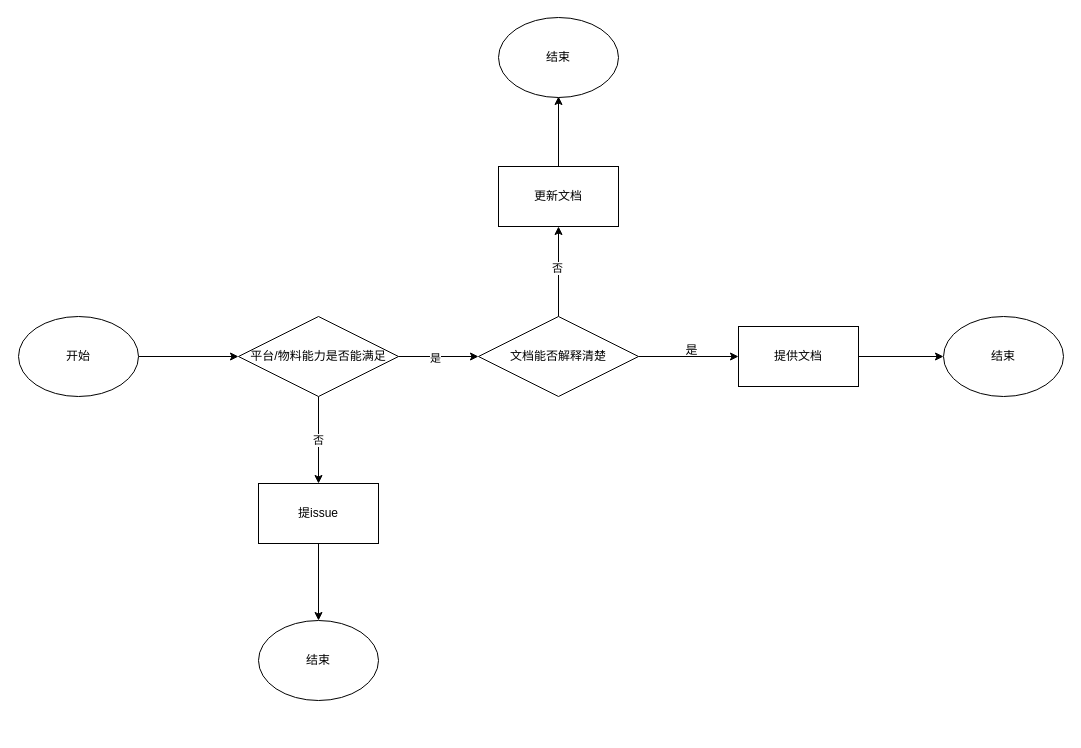
Before: DOD workflow.drawio in Zsynuting/diagram, a draw.io diagram. Source tidied: cells renumbered, new cells numbered last; positions are measured from the earlier drawing's top-left corner, leaving out a move shared by most shapes. Both pictures are drawn from the tidied source at 100%, with x=0, y=0 at pixel (18, 17).
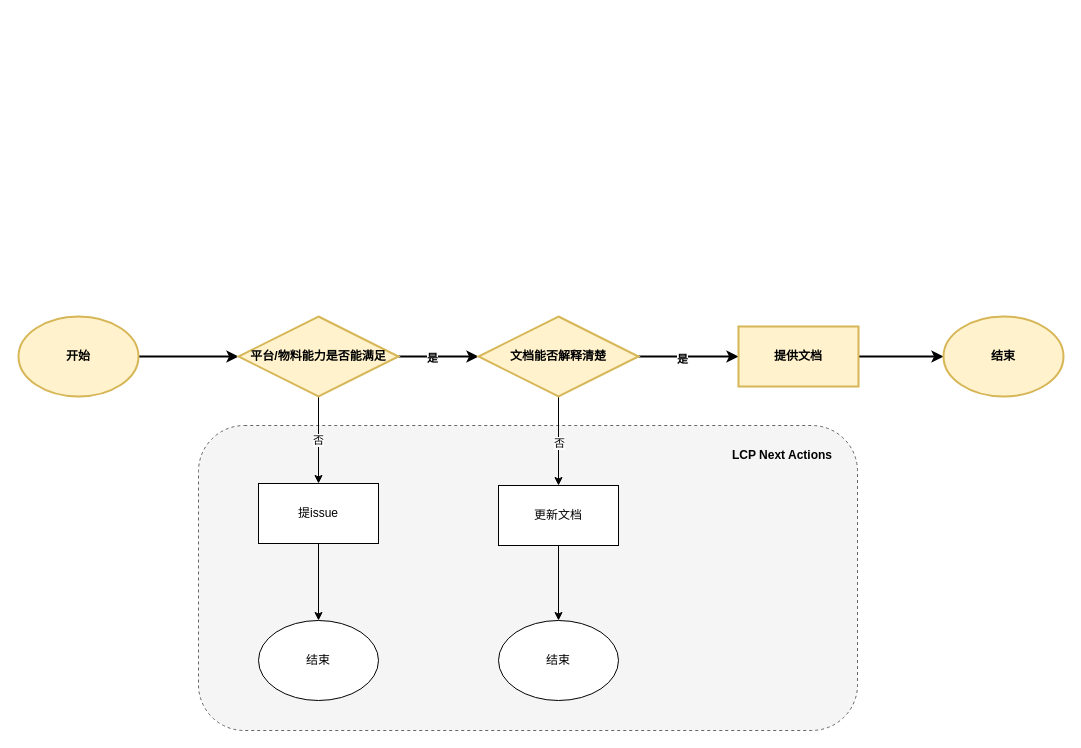
The same diagram, later.

Unchanged cells that the change refers to:
```xml
<mxCell id="9" style="edgeStyle=orthogonalEdgeStyle;rounded=0;jettySize=auto;html=1;" parent="1" edge="1" source="11" target="15">
  <mxGeometry relative="1" as="geometry" />
</mxCell>
```

What changed in the source:
```diff
@@
+    <mxCell id="22" style="rounded=1;whiteSpace=wrap;html=1;dashed=1;fillColor=#f5f5f5;fontColor=#333333;strokeColor=#666666;" parent="1" vertex="1">
+      <mxGeometry x="180" y="408" width="659" height="305" as="geometry" />
+    </mxCell>
-    <mxCell id="2" style="edgeStyle=orthogonalEdgeStyle;rounded=0;jettySize=auto;html=1;" parent="1" edge="1" source="3" target="7">
+    <mxCell id="2" style="edgeStyle=orthogonalEdgeStyle;rounded=0;jettySize=auto;html=1;fontStyle=1;strokeWidth=2;" parent="1" edge="1" source="3" target="7">
       <mxGeometry relative="1" as="geometry" />
     </mxCell>
-    <mxCell id="3" value="开始" style="ellipse;whiteSpace=wrap;html=1;" parent="1" vertex="1">
+    <mxCell id="3" value="开始" style="ellipse;whiteSpace=wrap;html=1;fontStyle=1;strokeWidth=2;fillColor=#fff2cc;strokeColor=#d6b656;" parent="1" vertex="1">
       <mxGeometry y="299" width="120" height="80" as="geometry" />
     </mxCell>
-    <mxCell id="4" style="edgeStyle=orthogonalEdgeStyle;rounded=0;jettySize=auto;html=1;" parent="1" edge="1" source="7" target="11">
+    <mxCell id="4" style="edgeStyle=orthogonalEdgeStyle;rounded=0;jettySize=auto;html=1;fontStyle=1;strokeWidth=2;" parent="1" edge="1" source="7" target="11">
       <mxGeometry relative="1" as="geometry" />
     </mxCell>
-    <mxCell id="5" value="是" style="edgeLabel;html=1;align=center;verticalAlign=middle;" parent="4" vertex="1">
-      <mxGeometry x="-0.1" y="-1" relative="1" as="geometry" />
-    </mxCell>
+    <mxCell id="23" value="是" style="edgeLabel;html=1;align=center;verticalAlign=middle;fontStyle=1;" parent="4" vertex="1">
+      <mxGeometry x="-0.17" y="-1" relative="1" as="geometry" />
+    </mxCell>
@@
-    <mxCell id="7" value="平台/物料能力是否能满足" style="rhombus;whiteSpace=wrap;html=1;" parent="1" vertex="1">
+    <mxCell id="7" value="平台/物料能力是否能满足" style="rhombus;whiteSpace=wrap;html=1;fontStyle=1;strokeWidth=2;fillColor=#fff2cc;strokeColor=#d6b656;" parent="1" vertex="1">
       <mxGeometry x="220" y="299" width="160" height="80" as="geometry" />
     </mxCell>
-    <mxCell id="8" style="edgeStyle=orthogonalEdgeStyle;rounded=0;jettySize=auto;html=1;" parent="1" edge="1" source="11" target="13">
-      <mxGeometry relative="1" as="geometry" />
-    </mxCell>
@@
     <mxCell id="10" value="否" style="edgeLabel;html=1;align=center;verticalAlign=middle;" parent="9" vertex="1">
-      <mxGeometry x="0.09" y="2" relative="1" as="geometry" />
+      <mxGeometry x="0.09" y="2" relative="1" as="geometry">
+        <mxPoint x="-2" y="-3" as="offset" />
+      </mxGeometry>
     </mxCell>
+    <mxCell id="8" style="edgeStyle=orthogonalEdgeStyle;rounded=0;jettySize=auto;html=1;strokeWidth=2;" parent="1" edge="1" source="11" target="13">
+      <mxGeometry relative="1" as="geometry" />
+    </mxCell>
+    <mxCell id="24" value="是" style="edgeLabel;html=1;align=center;verticalAlign=middle;fontStyle=1;" parent="8" vertex="1">
+      <mxGeometry x="-0.14" y="-2" relative="1" as="geometry" />
+    </mxCell>
-    <mxCell id="11" value="文档能否解释清楚" style="rhombus;whiteSpace=wrap;html=1;" parent="1" vertex="1">
+    <mxCell id="11" value="文档能否解释清楚" style="rhombus;whiteSpace=wrap;html=1;fontStyle=1;strokeWidth=2;fillColor=#fff2cc;strokeColor=#d6b656;" parent="1" vertex="1">
       <mxGeometry x="460" y="299" width="160" height="80" as="geometry" />
     </mxCell>
-    <mxCell id="12" style="edgeStyle=orthogonalEdgeStyle;rounded=0;jettySize=auto;html=1;" parent="1" edge="1" source="13" target="20">
+    <mxCell id="12" style="edgeStyle=orthogonalEdgeStyle;rounded=0;jettySize=auto;html=1;fontStyle=1;strokeWidth=2;" parent="1" edge="1" source="13" target="20">
       <mxGeometry relative="1" as="geometry" />
     </mxCell>
-    <mxCell id="13" value="提供文档" style="whiteSpace=wrap;html=1;" parent="1" vertex="1">
+    <mxCell id="13" value="提供文档" style="whiteSpace=wrap;html=1;fontStyle=1;strokeWidth=2;fillColor=#fff2cc;strokeColor=#d6b656;" parent="1" vertex="1">
       <mxGeometry x="720" y="309" width="120" height="60" as="geometry" />
     </mxCell>
-    <mxCell id="14" style="edgeStyle=orthogonalEdgeStyle;rounded=0;jettySize=auto;html=1;" parent="1" edge="1" source="15">
-      <mxGeometry relative="1" as="geometry">
-        <mxPoint x="540" y="79" as="targetPoint" />
-      </mxGeometry>
-    </mxCell>
+    <mxCell id="25" style="edgeStyle=orthogonalEdgeStyle;rounded=0;jettySize=auto;html=1;" parent="1" edge="1" source="15" target="19">
+      <mxGeometry relative="1" as="geometry" />
+    </mxCell>
     <mxCell id="15" value="更新文档" style="whiteSpace=wrap;html=1;" parent="1" vertex="1">
-      <mxGeometry x="480" y="149" width="120" height="60" as="geometry" />
+      <mxGeometry x="480" y="468" width="120" height="60" as="geometry" />
     </mxCell>
-    <mxCell id="16" value="是" style="text;html=1;align=center;verticalAlign=middle;strokeColor=none;fillColor=none;" parent="1" vertex="1">
-      <mxGeometry x="658" y="320" width="30" height="26" as="geometry" />
-    </mxCell>
@@
     <mxCell id="19" value="结束" style="ellipse;whiteSpace=wrap;html=1;" parent="1" vertex="1">
-      <mxGeometry x="480" width="120" height="80" as="geometry" />
+      <mxGeometry x="480" y="603" width="120" height="80" as="geometry" />
     </mxCell>
-    <mxCell id="20" value="结束" style="ellipse;whiteSpace=wrap;html=1;" parent="1" vertex="1">
+    <mxCell id="20" value="结束" style="ellipse;whiteSpace=wrap;html=1;fontStyle=1;strokeWidth=2;fillColor=#fff2cc;strokeColor=#d6b656;" parent="1" vertex="1">
       <mxGeometry x="925" y="299" width="120" height="80" as="geometry" />
     </mxCell>
@@
+    <mxCell id="26" value="LCP Next Actions" style="text;strokeColor=none;align=center;fillColor=none;html=1;verticalAlign=middle;whiteSpace=wrap;rounded=0;fontStyle=1;" parent="1" vertex="1">
+      <mxGeometry x="712" y="417" width="104" height="41" as="geometry" />
+    </mxCell>
```
